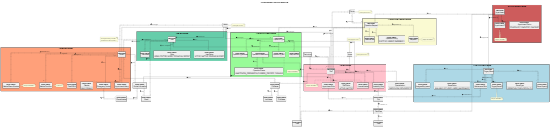
This is docs/SoftwareArchitecture/DomainModels/BackofficeModule/png/domain-model-backoffice-module.png from 1221124/sem5pi-24-25-g031, a PlantUML export, as it was before one commit. Its source is kept beside it as docs/SoftwareArchitecture/DomainModels/BackofficeModule/puml/domain-model-backoffice-module.puml.
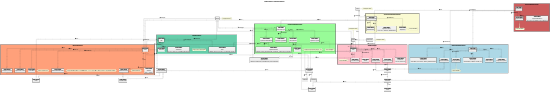
The same file after the commit.

Commit message:
#2 Update Domain Model - Specializations

Diff of the diagram source:
```diff
@@ -109,7 +109,7 @@
 class Time <<value object>>
 class Slot <<value object>>
 class Specialization <<value object>> {
-  CARDIOLOGY, ORTHOPEDICS
+  ANAESTHESIOLOGY, CARDIOLOGY, ORTHOPEDICS
 }
 
 class Admin
```
